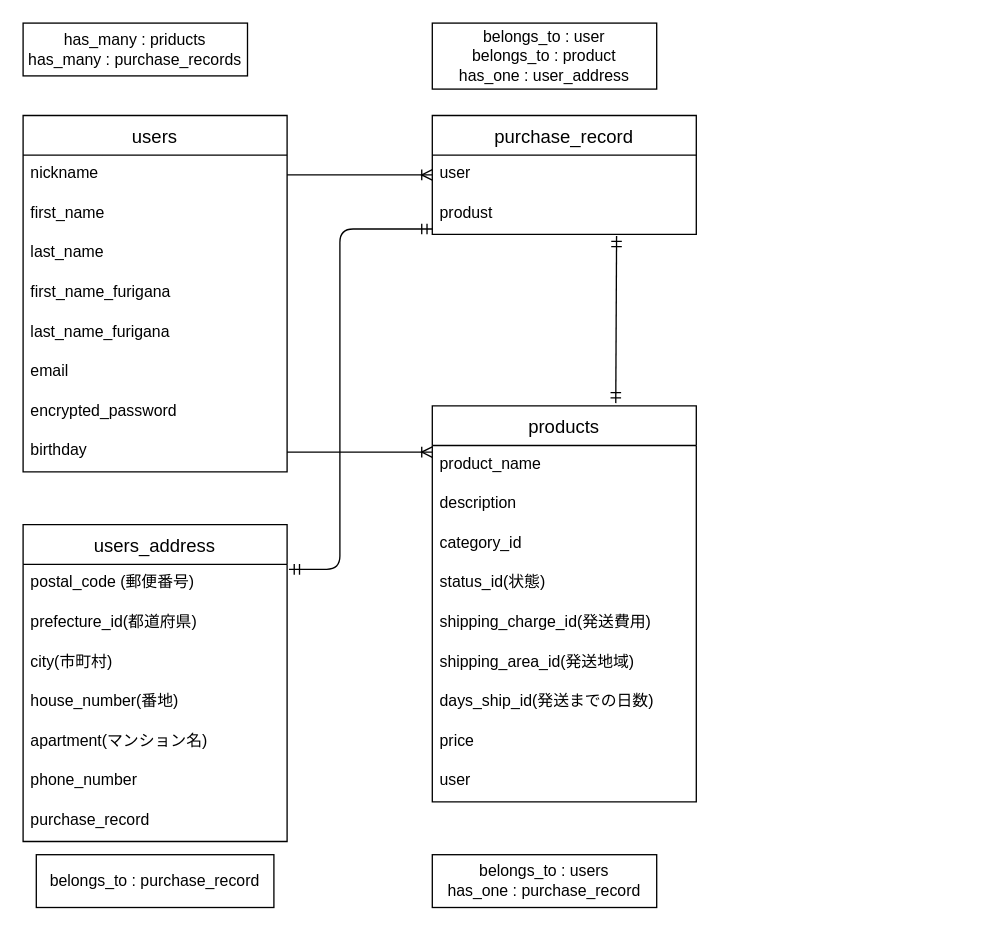
Earlier version of the draw.io diagram test.dio (icchi-saya/furima-29119). Source tidied: cells renumbered, new cells numbered last; positions are measured from the earlier drawing's top-left corner, leaving out a move shared by most shapes. Both pictures are drawn from the tidied source at 132%, with x=0, y=0 at pixel (22, 22).
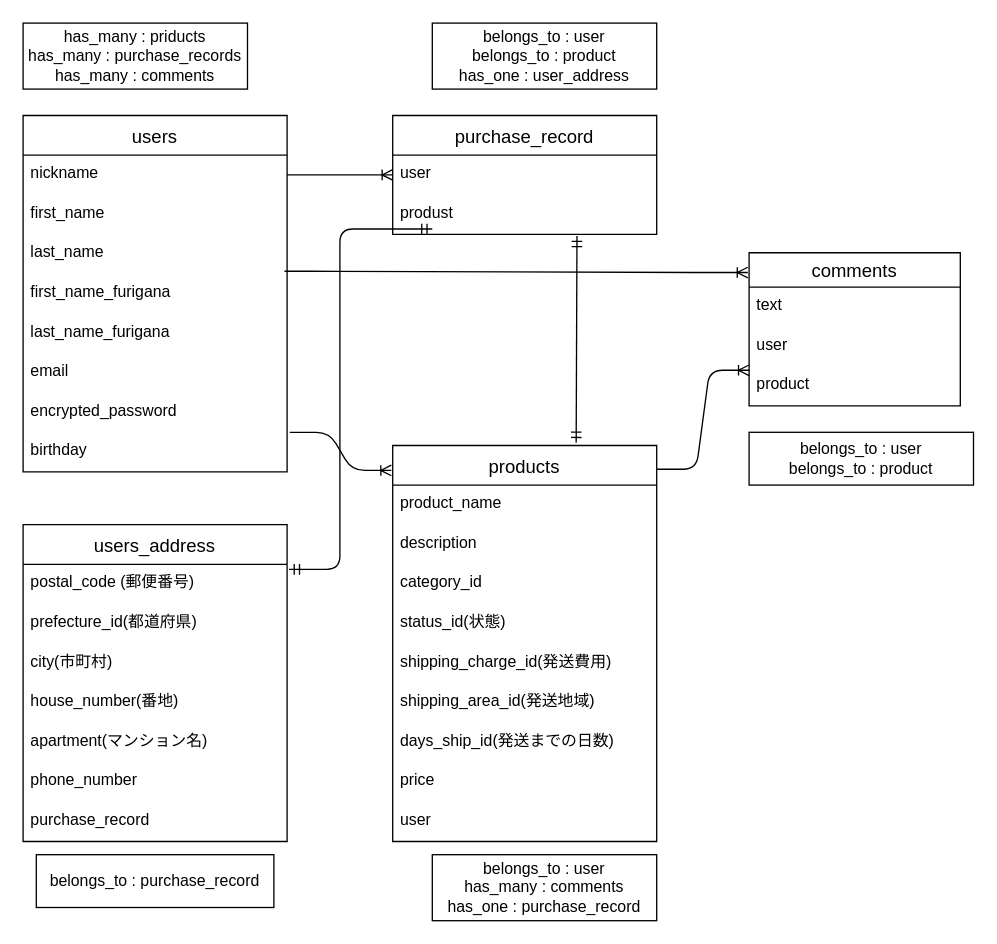
After the change.

The change refers to these unchanged cells:
```xml
<mxCell id="6" value="first_name_furigana" style="text;strokeColor=none;fillColor=none;spacingLeft=4;spacingRight=4;overflow=hidden;points=[[0,0.5],[1,0.5]];portConstraint=eastwest;fontSize=12;" parent="2" vertex="1">
  <mxGeometry y="120" width="200" height="30" as="geometry" />
</mxCell>
<mxCell id="10" value="birthday" style="text;strokeColor=none;fillColor=none;spacingLeft=4;spacingRight=4;overflow=hidden;points=[[0,0.5],[1,0.5]];portConstraint=eastwest;fontSize=12;" parent="2" vertex="1">
  <mxGeometry y="240" width="200" height="30" as="geometry" />
</mxCell>
```

The edit, as a diff of the source:
```diff
@@
     <mxCell id="11" value="products" style="swimlane;fontStyle=0;horizontal=1;startSize=30;align=center;fontSize=14;" parent="1" vertex="1">
-      <mxGeometry x="310" y="290" width="200" height="300" as="geometry" />
+      <mxGeometry x="280" y="320" width="200" height="300" as="geometry" />
     </mxCell>
@@
     <mxCell id="21" value="purchase_record" style="swimlane;fontStyle=0;horizontal=1;startSize=30;align=center;fontSize=14;" parent="1" vertex="1">
-      <mxGeometry x="310" y="70" width="200" height="90" as="geometry" />
+      <mxGeometry x="280" y="70" width="200" height="90" as="geometry" />
     </mxCell>
@@
-    <mxCell id="33" style="edgeStyle=entityRelationEdgeStyle;fontSize=12;html=1;endArrow=ERoneToMany;exitX=1;exitY=0.5;exitDx=0;exitDy=0;" parent="1" edge="1" source="10">
-      <mxGeometry relative="1" as="geometry">
-        <mxPoint x="310" y="325" as="targetPoint" />
-      </mxGeometry>
+    <mxCell id="33" style="edgeStyle=entityRelationEdgeStyle;fontSize=12;html=1;endArrow=ERoneToMany;entryX=-0.005;entryY=0.063;entryDx=0;entryDy=0;entryPerimeter=0;exitX=1.01;exitY=0;exitDx=0;exitDy=0;exitPerimeter=0;" parent="1" edge="1" source="10" target="11">
+      <mxGeometry relative="1" as="geometry" />
     </mxCell>
@@
-    <mxCell id="35" value="has_many : priducts&lt;br&gt;has_many : purchase_records" style="whiteSpace=wrap;html=1;align=center;" parent="1" vertex="1">
-      <mxGeometry width="170" height="40" as="geometry" />
+    <mxCell id="35" value="has_many : priducts&lt;br&gt;has_many : purchase_records&lt;br&gt;has_many : comments" style="whiteSpace=wrap;html=1;align=center;" parent="1" vertex="1">
+      <mxGeometry width="170" height="50" as="geometry" />
     </mxCell>
-    <mxCell id="36" value="belongs_to : users&lt;br&gt;has_one : purchase_record" style="whiteSpace=wrap;html=1;align=center;" parent="1" vertex="1">
-      <mxGeometry x="310" y="630" width="170" height="40" as="geometry" />
+    <mxCell id="36" value="belongs_to : user&lt;br&gt;has_many : comments&lt;br&gt;has_one : purchase_record" style="whiteSpace=wrap;html=1;align=center;" parent="1" vertex="1">
+      <mxGeometry x="310" y="630" width="170" height="50" as="geometry" />
     </mxCell>
@@
+    <mxCell id="40" value="comments" style="swimlane;fontStyle=0;horizontal=1;startSize=26;align=center;fontSize=14;" parent="1" vertex="1">
+      <mxGeometry x="550" y="174" width="160" height="116" as="geometry" />
+    </mxCell>
+    <mxCell id="41" value="text" style="text;strokeColor=none;fillColor=none;spacingLeft=4;spacingRight=4;overflow=hidden;fontSize=12;" parent="40" vertex="1">
+      <mxGeometry y="26" width="160" height="30" as="geometry" />
+    </mxCell>
+    <mxCell id="42" value="user" style="text;strokeColor=none;fillColor=none;spacingLeft=4;spacingRight=4;overflow=hidden;fontSize=12;" parent="40" vertex="1">
+      <mxGeometry y="56" width="160" height="30" as="geometry" />
+    </mxCell>
+    <mxCell id="43" value="product" style="text;strokeColor=none;fillColor=none;spacingLeft=4;spacingRight=4;overflow=hidden;fontSize=12;" parent="40" vertex="1">
+      <mxGeometry y="86" width="160" height="30" as="geometry" />
+    </mxCell>
+    <mxCell id="44" style="edgeStyle=entityRelationEdgeStyle;fontSize=12;html=1;endArrow=ERoneToMany;" parent="1" edge="1">
+      <mxGeometry relative="1" as="geometry">
+        <mxPoint x="480" y="338" as="sourcePoint" />
+        <mxPoint x="550" y="263" as="targetPoint" />
+      </mxGeometry>
+    </mxCell>
+    <mxCell id="45" style="edgeStyle=entityRelationEdgeStyle;fontSize=12;html=1;endArrow=ERoneToMany;entryX=-0.006;entryY=0.129;entryDx=0;entryDy=0;entryPerimeter=0;exitX=0.99;exitY=-0.067;exitDx=0;exitDy=0;exitPerimeter=0;" parent="1" edge="1" source="6" target="40">
+      <mxGeometry relative="1" as="geometry" />
+    </mxCell>
+    <mxCell id="46" value="belongs_to : user&lt;br&gt;belongs_to : product" style="whiteSpace=wrap;html=1;align=center;" parent="1" vertex="1">
+      <mxGeometry x="550" y="310" width="170" height="40" as="geometry" />
+    </mxCell>
```
